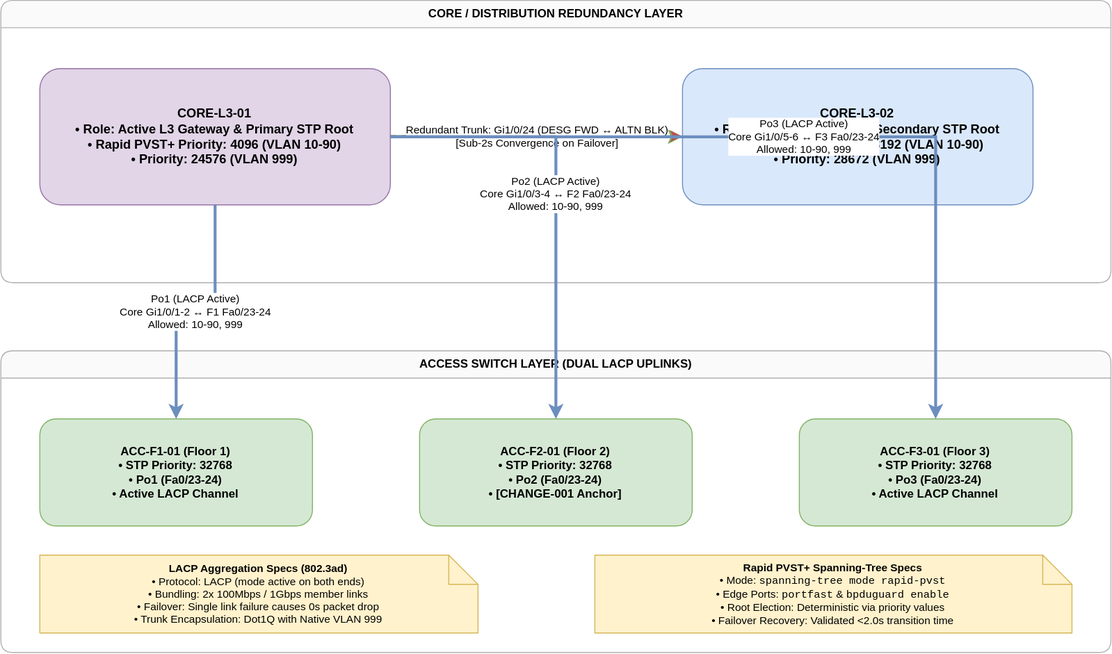
Before: architecture/high_availability/lacp_etherchannel_topology.svg, a diagram exported from draw.io (dec2609/enterprise-network-infrastructure-blueprint). Source tidied: cells renumbered, new cells last; positions are measured from the earlier drawing's top-left corner, leaving out a move shared by most shapes.
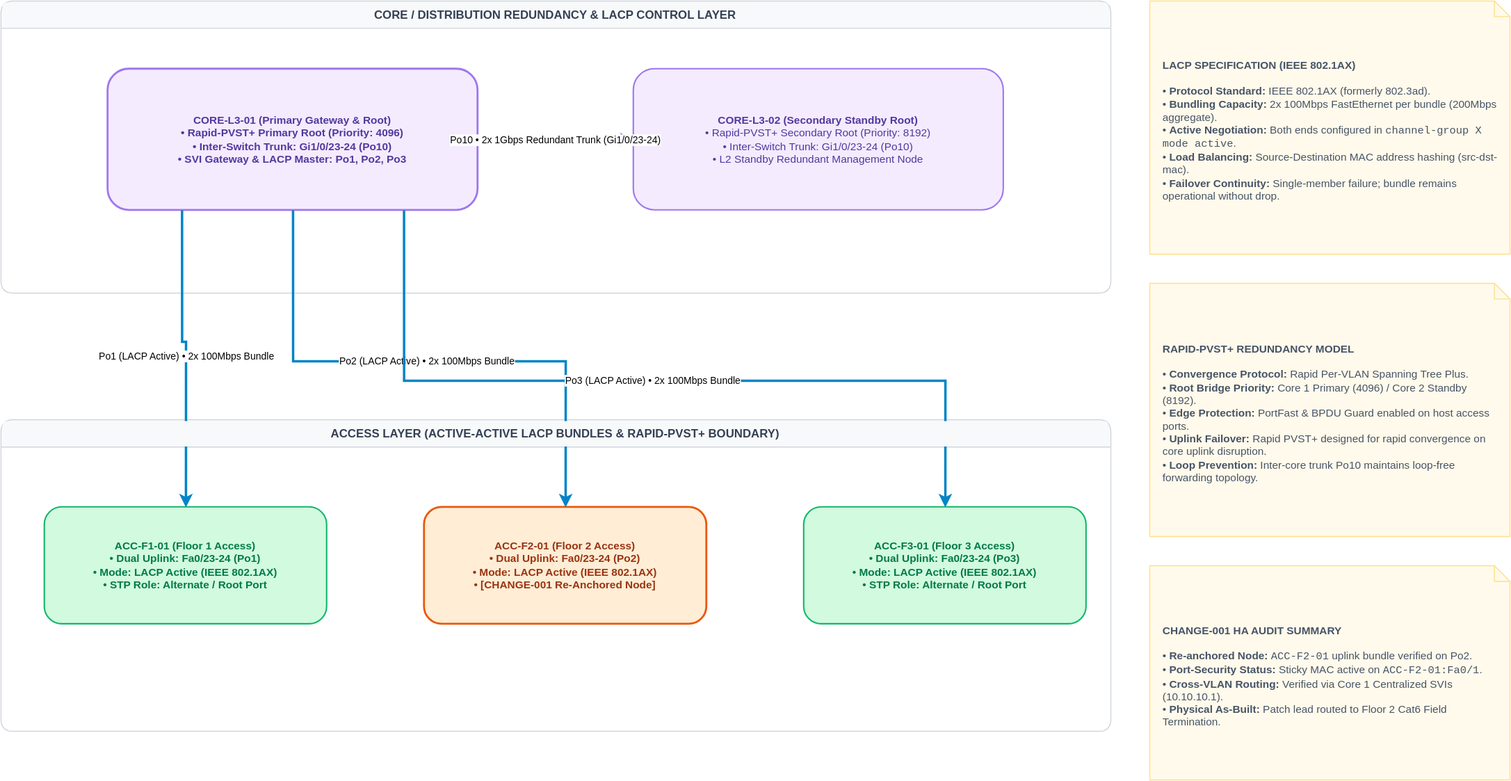
Above is the later version.

The edit, as a diff of the source:
```diff
@@ -2,47 +2,68 @@
   <root>
     <mxCell id="0" />
     <mxCell id="1" parent="0" />
-    <mxCell id="2" value="CORE / DISTRIBUTION REDUNDANCY LAYER" style="swimlane;html=1;rounded=1;fillColor=#fafafa;strokeColor=#b0b0b0;fontStyle=1;startSize=28;" parent="1" vertex="1">
-      <mxGeometry width="1140" height="290" as="geometry" />
+    <mxCell id="2" value="CORE / DISTRIBUTION REDUNDANCY &amp; LACP CONTROL LAYER" style="swimlane;html=1;rounded=1;fillColor=#F8F9FA;strokeColor=#D0D5DD;fontStyle=1;startSize=28;fontSize=12;fontColor=#344054;swimlaneFillColor=#FFFFFF;align=center;fontFamily=Arial, Helvetica, sans-serif;" parent="1" vertex="1">
+      <mxGeometry y="-10" width="1140" height="300" as="geometry" />
     </mxCell>
-    <mxCell id="3" value="ACCESS SWITCH LAYER (DUAL LACP UPLINKS)" style="swimlane;html=1;rounded=1;fillColor=#fafafa;strokeColor=#b0b0b0;fontStyle=1;startSize=28;" parent="1" vertex="1">
-      <mxGeometry y="360" width="1140" height="310" as="geometry" />
-    </mxCell>
-    <mxCell id="4" value="&lt;b&gt;CORE-L3-01&lt;/b&gt;&lt;br&gt;• Role: Active L3 Gateway &amp; Primary STP Root&lt;br&gt;• Rapid PVST+ Priority: 4096 (VLAN 10-90)&lt;br&gt;• Priority: 24576 (VLAN 999)" style="rounded=1;whiteSpace=wrap;html=1;fillColor=#e1d5e7;strokeColor=#9673a6;fontStyle=1;fontSize=13;" parent="1" vertex="1">
-      <mxGeometry x="40" y="70" width="360" height="140" as="geometry" />
+    <mxCell id="4" value="&lt;b&gt;CORE-L3-01 (Primary Gateway &amp; Root)&lt;/b&gt;&lt;br&gt;• Rapid-PVST+ Primary Root (Priority: 4096)&lt;br&gt;• Inter-Switch Trunk: Gi1/0/23-24 (Po10)&lt;br&gt;• SVI Gateway &amp; LACP Master: Po1, Po2, Po3" style="rounded=1;whiteSpace=wrap;html=1;fillColor=#F4EBFF;strokeColor=#9E77ED;fontStyle=1;fontSize=11;fontColor=#53389E;strokeWidth=2;align=center;verticalAlign=middle;fontFamily=Arial, Helvetica, sans-serif;" parent="2" vertex="1">
+      <mxGeometry x="110" y="70" width="380" height="145" as="geometry" />
     </mxCell>
-    <mxCell id="5" value="&lt;b&gt;CORE-L3-02&lt;/b&gt;&lt;br&gt;• Role: Standby L2 Core &amp; Secondary STP Root&lt;br&gt;• Rapid PVST+ Priority: 8192 (VLAN 10-90)&lt;br&gt;• Priority: 28672 (VLAN 999)" style="rounded=1;whiteSpace=wrap;html=1;fillColor=#dae8fc;strokeColor=#6c8ebf;fontStyle=1;fontSize=13;" parent="1" vertex="1">
-      <mxGeometry x="700" y="70" width="360" height="140" as="geometry" />
+    <mxCell id="5" value="&lt;b&gt;CORE-L3-02 (Secondary Standby Root)&lt;/b&gt;&lt;br&gt;• Rapid-PVST+ Secondary Root (Priority: 8192)&lt;br&gt;• Inter-Switch Trunk: Gi1/0/23-24 (Po10)&lt;br&gt;• L2 Standby Redundant Management Node" style="rounded=1;whiteSpace=wrap;html=1;fillColor=#F4EBFF;strokeColor=#9E77ED;fontSize=11;fontColor=#53389E;strokeWidth=1.5;align=center;verticalAlign=middle;fontFamily=Arial, Helvetica, sans-serif;" parent="2" vertex="1">
+      <mxGeometry x="650" y="70" width="380" height="145" as="geometry" />
     </mxCell>
-    <mxCell id="6" value="&lt;b&gt;ACC-F1-01 (Floor 1)&lt;/b&gt;&lt;br&gt;• STP Priority: 32768&lt;br&gt;• Po1 (Fa0/23-24)&lt;br&gt;• Active LACP Channel" style="rounded=1;whiteSpace=wrap;html=1;fillColor=#d5e8d4;strokeColor=#82b366;fontStyle=1;fontSize=12;" parent="1" vertex="1">
-      <mxGeometry x="40" y="430" width="280" height="110" as="geometry" />
-    </mxCell>
-    <mxCell id="7" value="&lt;b&gt;ACC-F2-01 (Floor 2)&lt;/b&gt;&lt;br&gt;• STP Priority: 32768&lt;br&gt;• Po2 (Fa0/23-24)&lt;br&gt;• &lt;b&gt;[CHANGE-001 Anchor]&lt;/b&gt;" style="rounded=1;whiteSpace=wrap;html=1;fillColor=#d5e8d4;strokeColor=#82b366;fontStyle=1;fontSize=12;" parent="1" vertex="1">
-      <mxGeometry x="430" y="430" width="280" height="110" as="geometry" />
-    </mxCell>
-    <mxCell id="8" value="&lt;b&gt;ACC-F3-01 (Floor 3)&lt;/b&gt;&lt;br&gt;• STP Priority: 32768&lt;br&gt;• Po3 (Fa0/23-24)&lt;br&gt;• Active LACP Channel" style="rounded=1;whiteSpace=wrap;html=1;fillColor=#d5e8d4;strokeColor=#82b366;fontStyle=1;fontSize=12;" parent="1" vertex="1">
-      <mxGeometry x="820" y="430" width="280" height="110" as="geometry" />
-    </mxCell>
-    <mxCell id="9" value="Primary Trunk: Gi1/0/23 (DESG FWD ↔ ROOT FWD)" style="edgeStyle=orthogonalEdgeStyle;rounded=0;html=1;strokeWidth=3;strokeColor=#82b366;" parent="1" edge="1" source="4" target="5">
-      <mxGeometry relative="1" as="geometry" />
-    </mxCell>
-    <mxCell id="10" value="Redundant Trunk: Gi1/0/24 (DESG FWD ↔ ALTN BLK)&lt;br&gt;[Sub-2s Convergence on Failover]" style="edgeStyle=orthogonalEdgeStyle;rounded=0;html=1;strokeWidth=2;strokeColor=#b85450;dashed=1;" parent="1" edge="1" source="4" target="5">
-      <mxGeometry relative="1" as="geometry" />
-    </mxCell>
+    <mxCell id="3" value="ACCESS LAYER (ACTIVE-ACTIVE LACP BUNDLES &amp; RAPID-PVST+ BOUNDARY)" style="swimlane;html=1;rounded=1;fillColor=#F8F9FA;strokeColor=#D0D5DD;fontStyle=1;startSize=28;fontSize=12;fontColor=#344054;swimlaneFillColor=#FFFFFF;align=center;fontFamily=Arial, Helvetica, sans-serif;" parent="1" vertex="1">
+      <mxGeometry y="420" width="1140" height="320" as="geometry" />
+    </mxCell>
+    <mxCell id="16" value="&lt;b&gt;ACC-F1-01 (Floor 1 Access)&lt;/b&gt;&lt;br&gt;• Dual Uplink: Fa0/23-24 (Po1)&lt;br&gt;• Mode: LACP Active (IEEE 802.1AX)&lt;br&gt;• STP Role: Alternate / Root Port" style="rounded=1;whiteSpace=wrap;html=1;fillColor=#D1FADF;strokeColor=#12B76A;fontStyle=1;fontSize=11;fontColor=#027A48;strokeWidth=1.5;align=center;verticalAlign=middle;fontFamily=Arial, Helvetica, sans-serif;" parent="3" vertex="1">
+      <mxGeometry x="45" y="90" width="290" height="120" as="geometry" />
+    </mxCell>
+    <mxCell id="17" value="&lt;b&gt;ACC-F2-01 (Floor 2 Access)&lt;/b&gt;&lt;br&gt;• Dual Uplink: Fa0/23-24 (Po2)&lt;br&gt;• Mode: LACP Active (IEEE 802.1AX)&lt;br&gt;• &lt;b&gt;[CHANGE-001 Re-Anchored Node]&lt;/b&gt;" style="rounded=1;whiteSpace=wrap;html=1;fillColor=#FFEDD5;strokeColor=#EA580C;fontStyle=1;fontSize=11;fontColor=#9A3412;strokeWidth=2;align=center;verticalAlign=middle;fontFamily=Arial, Helvetica, sans-serif;" parent="3" vertex="1">
+      <mxGeometry x="435" y="90" width="290" height="120" as="geometry" />
+    </mxCell>
+    <mxCell id="18" value="&lt;b&gt;ACC-F3-01 (Floor 3 Access)&lt;/b&gt;&lt;br&gt;• Dual Uplink: Fa0/23-24 (Po3)&lt;br&gt;• Mode: LACP Active (IEEE 802.1AX)&lt;br&gt;• STP Role: Alternate / Root Port" style="rounded=1;whiteSpace=wrap;html=1;fillColor=#D1FADF;strokeColor=#12B76A;fontStyle=1;fontSize=11;fontColor=#027A48;strokeWidth=1.5;align=center;verticalAlign=middle;fontFamily=Arial, Helvetica, sans-serif;" parent="3" vertex="1">
+      <mxGeometry x="825" y="90" width="290" height="120" as="geometry" />
+    </mxCell>
+    <mxCell id="19" value="&lt;b&gt;LACP SPECIFICATION (IEEE 802.1AX)&lt;/b&gt;&lt;br&gt;&lt;br&gt;• &lt;b&gt;Protocol Standard:&lt;/b&gt; IEEE 802.1AX (formerly 802.3ad).&lt;br&gt;• &lt;b&gt;Bundling Capacity:&lt;/b&gt; 2x 100Mbps FastEthernet per bundle (200Mbps aggregate).&lt;br&gt;• &lt;b&gt;Active Negotiation:&lt;/b&gt; Both ends configured in &lt;code&gt;channel-group X mode active&lt;/code&gt;.&lt;br&gt;• &lt;b&gt;Load Balancing:&lt;/b&gt; Source-Destination MAC address hashing (src-dst-mac).&lt;br&gt;• &lt;b&gt;Failover Continuity:&lt;/b&gt; Single-member failure; bundle remains operational without drop." style="shape=note;whiteSpace=wrap;html=1;fillColor=#FFFAEB;strokeColor=#FEDF89;fontSize=11;fontColor=#475467;align=left;spacingLeft=12;spacingTop=8;spacingRight=12;size=16;fontFamily=Arial, Helvetica, sans-serif;" parent="1" vertex="1">
+      <mxGeometry x="1180" y="-10" width="370" height="260" as="geometry" />
+    </mxCell>
+    <mxCell id="20" value="&lt;b&gt;RAPID-PVST+ REDUNDANCY MODEL&lt;/b&gt;&lt;br&gt;&lt;br&gt;• &lt;b&gt;Convergence Protocol:&lt;/b&gt; Rapid Per-VLAN Spanning Tree Plus.&lt;br&gt;• &lt;b&gt;Root Bridge Priority:&lt;/b&gt; Core 1 Primary (4096) / Core 2 Standby (8192).&lt;br&gt;• &lt;b&gt;Edge Protection:&lt;/b&gt; PortFast &amp; BPDU Guard enabled on host access ports.&lt;br&gt;• &lt;b&gt;Uplink Failover:&lt;/b&gt; Rapid PVST+ designed for rapid convergence on core uplink disruption.&lt;br&gt;• &lt;b&gt;Loop Prevention:&lt;/b&gt; Inter-core trunk Po10 maintains loop-free forwarding topology." style="shape=note;whiteSpace=wrap;html=1;fillColor=#FFFAEB;strokeColor=#FEDF89;fontSize=11;fontColor=#475467;align=left;spacingLeft=12;spacingTop=8;spacingRight=12;size=16;fontFamily=Arial, Helvetica, sans-serif;" parent="1" vertex="1">
+      <mxGeometry x="1180" y="280" width="370" height="260" as="geometry" />
+    </mxCell>
+    <mxCell id="21" value="&lt;b&gt;CHANGE-001 HA AUDIT SUMMARY&lt;/b&gt;&lt;br&gt;&lt;br&gt;• &lt;b&gt;Re-anchored Node:&lt;/b&gt; &lt;code&gt;ACC-F2-01&lt;/code&gt; uplink bundle verified on Po2.&lt;br&gt;• &lt;b&gt;Port-Security Status:&lt;/b&gt; Sticky MAC active on &lt;code&gt;ACC-F2-01:Fa0/1&lt;/code&gt;.&lt;br&gt;• &lt;b&gt;Cross-VLAN Routing:&lt;/b&gt; Verified via Core 1 Centralized SVIs (10.10.10.1).&lt;br&gt;• &lt;b&gt;Physical As-Built:&lt;/b&gt; Patch lead routed to Floor 2 Cat6 Field Termination." style="shape=note;whiteSpace=wrap;html=1;fillColor=#FFFAEB;strokeColor=#FEDF89;fontSize=11;fontColor=#475467;align=left;spacingLeft=12;spacingTop=8;spacingRight=12;size=16;fontFamily=Arial, Helvetica, sans-serif;" parent="1" vertex="1">
+      <mxGeometry x="1180" y="570" width="370" height="220" as="geometry" />
+    </mxCell>
+    <mxCell id="22" value="Po10 • 2x 1Gbps Redundant Trunk (Gi1/0/23-24)" style="edgeStyle=orthogonalEdgeStyle;rounded=0;jettySize=auto;html=1;fontSize=10;align=center;labelBackgroundColor=#FFFFFF;fontFamily=Arial, Helvetica, sans-serif;strokeColor=#7F56D9;strokeWidth=2.5;exitX=1.0;exitY=0.5;exitDx=0;exitDy=0;entryX=0.0;entryY=0.5;entryDx=0;entryDy=0;" parent="1" edge="1" source="4" target="5">
+      <mxGeometry relative="1" as="geometry" />
+    </mxCell>
-    <mxCell id="11" value="Po1 (LACP Active)&lt;br&gt;Core Gi1/0/1-2 ↔ F1 Fa0/23-24&lt;br&gt;Allowed: 10-90, 999" style="edgeStyle=orthogonalEdgeStyle;rounded=0;html=1;strokeWidth=3;strokeColor=#6c8ebf;" parent="1" edge="1" source="4" target="6">
-      <mxGeometry relative="1" as="geometry" />
+    <mxCell id="11" value="Po1 (LACP Active) • 2x 100Mbps Bundle" style="edgeStyle=orthogonalEdgeStyle;rounded=0;jettySize=auto;html=1;fontSize=10;align=center;labelBackgroundColor=#FFFFFF;fontFamily=Arial, Helvetica, sans-serif;strokeColor=#0284C7;strokeWidth=2.5;exitX=0.2;exitY=1.0;exitDx=0;exitDy=0;entryX=0.5;entryY=0.0;entryDx=0;entryDy=0;" parent="1" edge="1" source="4" target="16">
+      <mxGeometry relative="1" as="geometry">
+        <Array as="points">
+          <mxPoint x="186" y="340" />
+          <mxPoint x="190" y="340" />
+        </Array>
+      </mxGeometry>
     </mxCell>
-    <mxCell id="12" value="Po2 (LACP Active)&lt;br&gt;Core Gi1/0/3-4 ↔ F2 Fa0/23-24&lt;br&gt;Allowed: 10-90, 999" style="edgeStyle=orthogonalEdgeStyle;rounded=0;html=1;strokeWidth=3;strokeColor=#6c8ebf;" parent="1" edge="1" source="4" target="7">
-      <mxGeometry relative="1" as="geometry" />
+    <mxCell id="12" value="Po2 (LACP Active) • 2x 100Mbps Bundle" style="edgeStyle=orthogonalEdgeStyle;rounded=0;jettySize=auto;html=1;fontSize=10;align=center;labelBackgroundColor=#FFFFFF;fontFamily=Arial, Helvetica, sans-serif;strokeColor=#0284C7;strokeWidth=2.5;exitX=0.5;exitY=1.0;exitDx=0;exitDy=0;entryX=0.5;entryY=0.0;entryDx=0;entryDy=0;" parent="1" edge="1" source="4" target="17">
+      <mxGeometry relative="1" as="geometry">
+        <Array as="points">
+          <mxPoint x="300" y="360" />
+          <mxPoint x="580" y="360" />
+        </Array>
+      </mxGeometry>
     </mxCell>
-    <mxCell id="13" value="Po3 (LACP Active)&lt;br&gt;Core Gi1/0/5-6 ↔ F3 Fa0/23-24&lt;br&gt;Allowed: 10-90, 999" style="edgeStyle=orthogonalEdgeStyle;rounded=0;html=1;strokeWidth=3;strokeColor=#6c8ebf;" parent="1" edge="1" source="4" target="8">
-      <mxGeometry relative="1" as="geometry" />
+    <mxCell id="13" value="Po3 (LACP Active) • 2x 100Mbps Bundle" style="edgeStyle=orthogonalEdgeStyle;rounded=0;jettySize=auto;html=1;fontSize=10;align=center;labelBackgroundColor=#FFFFFF;fontFamily=Arial, Helvetica, sans-serif;strokeColor=#0284C7;strokeWidth=2.5;exitX=0.8;exitY=1.0;exitDx=0;exitDy=0;entryX=0.5;entryY=0.0;entryDx=0;entryDy=0;" parent="1" edge="1" source="4" target="18">
+      <mxGeometry relative="1" as="geometry">
+        <Array as="points">
+          <mxPoint x="414" y="380" />
+          <mxPoint x="970" y="380" />
+        </Array>
+      </mxGeometry>
     </mxCell>
-    <mxCell id="14" value="&lt;b&gt;LACP Aggregation Specs (802.3ad)&lt;/b&gt;&lt;br&gt;• Protocol: LACP (mode active on both ends)&lt;br&gt;• Bundling: 2x 100Mbps / 1Gbps member links&lt;br&gt;• Failover: Single link failure causes 0s packet drop&lt;br&gt;• Trunk Encapsulation: Dot1Q with Native VLAN 999" style="shape=note;whiteSpace=wrap;html=1;fillColor=#fff2cc;strokeColor=#d6b656;fontSize=11;" parent="1" vertex="1">
-      <mxGeometry x="40" y="570" width="450" height="80" as="geometry" />
-    </mxCell>
-    <mxCell id="15" value="&lt;b&gt;Rapid PVST+ Spanning-Tree Specs&lt;/b&gt;&lt;br&gt;• Mode: &lt;code&gt;spanning-tree mode rapid-pvst&lt;/code&gt;&lt;br&gt;• Edge Ports: &lt;code&gt;portfast&lt;/code&gt; &amp; &lt;code&gt;bpduguard enable&lt;/code&gt;&lt;br&gt;• Root Election: Deterministic via priority values&lt;br&gt;• Failover Recovery: Validated &lt;2.0s transition time" style="shape=note;whiteSpace=wrap;html=1;fillColor=#fff2cc;strokeColor=#d6b656;fontSize=11;" parent="1" vertex="1">
-      <mxGeometry x="610" y="570" width="490" height="80" as="geometry" />
-    </mxCell>
+    <mxCell id="23" value="CORE / DISTRIBUTION REDUNDANCY &amp; LACP CONTROL LAYER" style="rounded=1;whiteSpace=wrap;html=1;fillColor=#F8F9FA;strokeColor=none;fontStyle=1;fontSize=12;fontColor=#344054;align=center;verticalAlign=middle;fontFamily=Arial, Helvetica, sans-serif;" parent="1" vertex="1">
+      <mxGeometry x="2" y="-8" width="1136" height="26" as="geometry" />
+    </mxCell>
+    <mxCell id="24" value="ACCESS LAYER (ACTIVE-ACTIVE LACP BUNDLES &amp; RAPID-PVST+ BOUNDARY)" style="rounded=1;whiteSpace=wrap;html=1;fillColor=#F8F9FA;strokeColor=none;fontStyle=1;fontSize=12;fontColor=#344054;align=center;verticalAlign=middle;fontFamily=Arial, Helvetica, sans-serif;" parent="1" vertex="1">
+      <mxGeometry x="2" y="422" width="1136" height="26" as="geometry" />
+    </mxCell>
   </root>
 </mxGraphModel>
```
